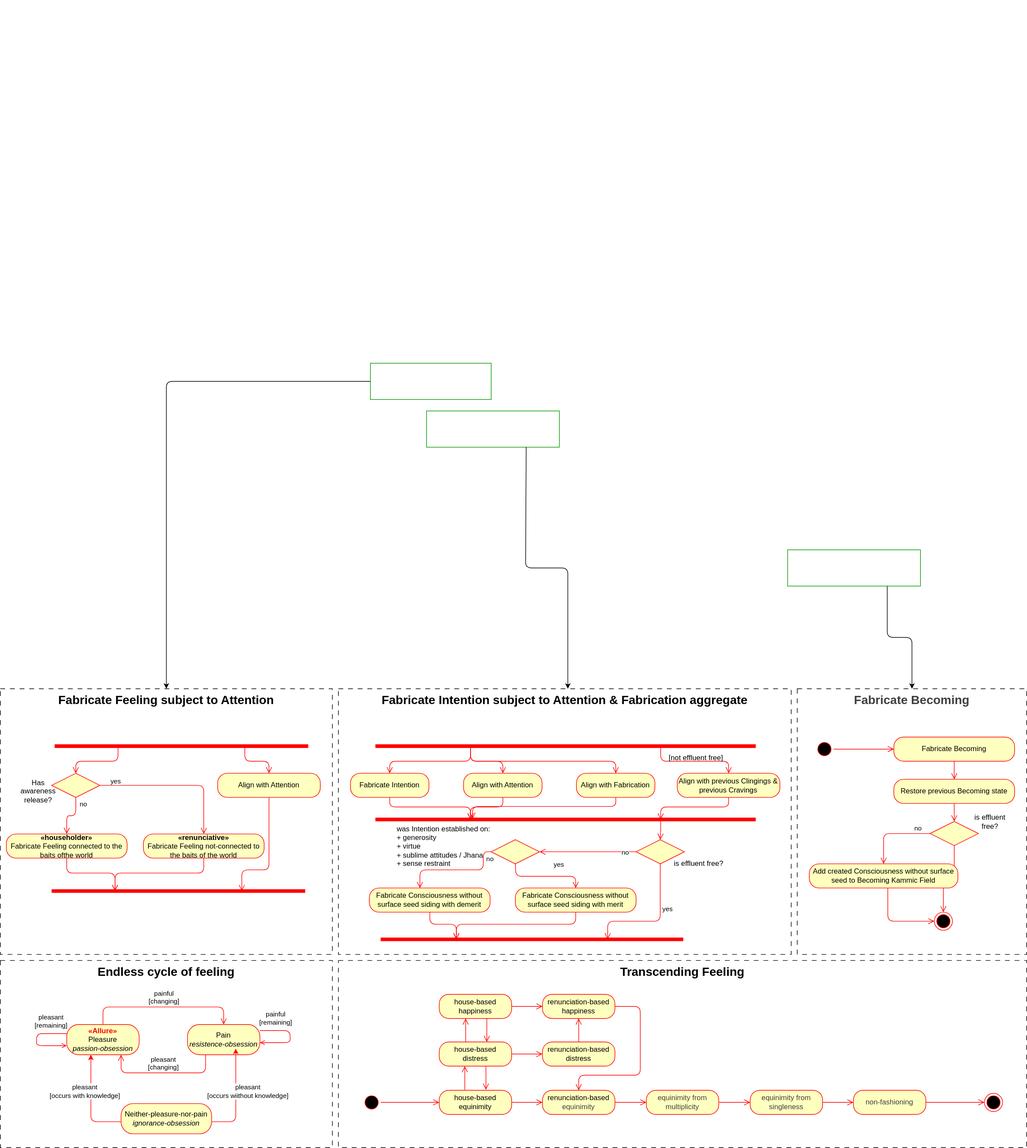
suttaplayer/dn34-PROGRESSING-BY-TENS keeps this draw.io diagram as threes/comprehend_feeling_process.drawio.svg. Above is the earlier version. Source tidied: cells renumbered, new cells last; positions are measured from the earlier drawing's top-left corner, leaving out a move shared by most shapes.
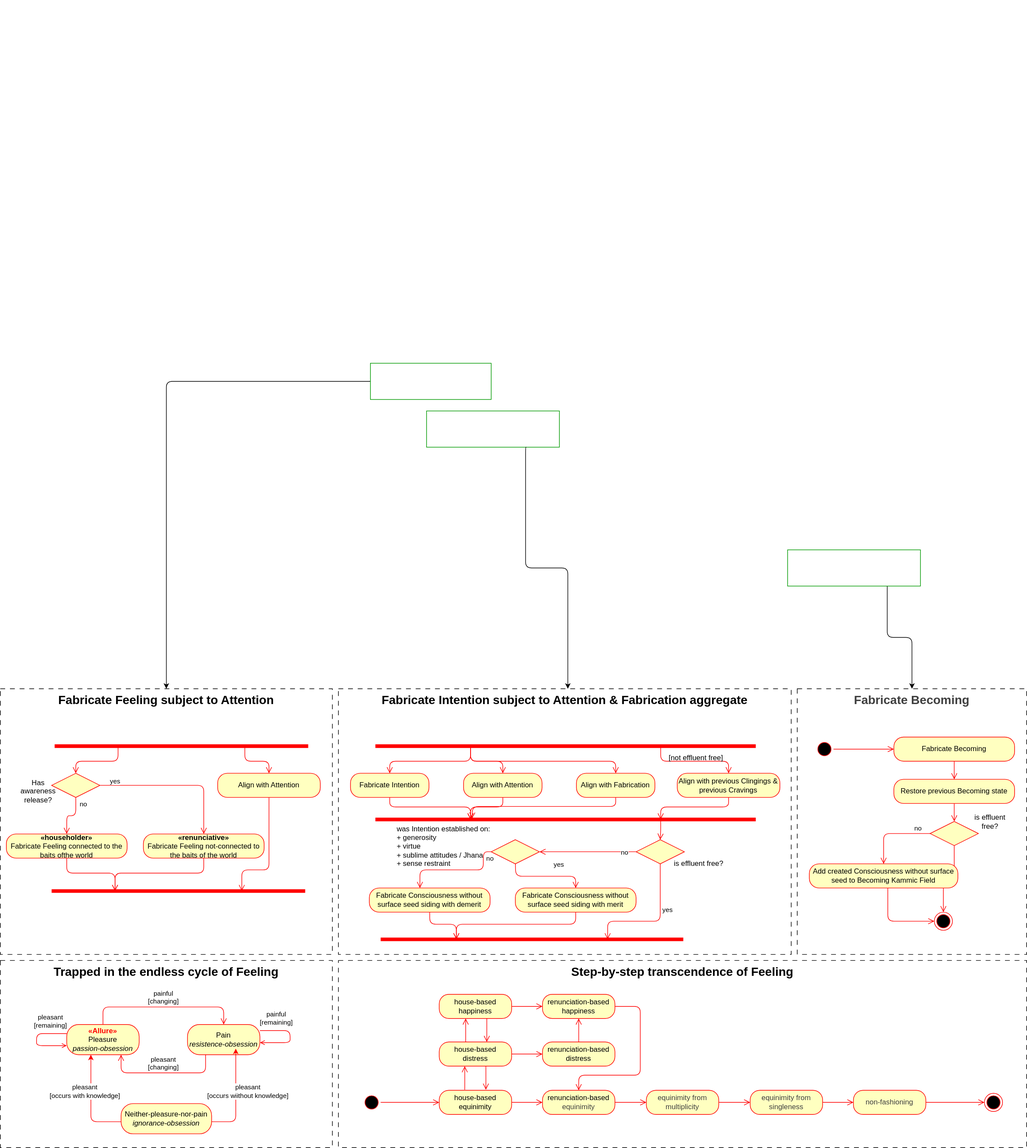
After the commit.

Commit message:
minor update to headers and colors

What changed in the source:
```diff
@@ -307,10 +307,10 @@
         </Array>
       </mxGeometry>
     </mxCell>
-    <mxCell id="81" value="&lt;span style=&quot;color: rgb(0, 0, 0); font-size: 20px; font-weight: 700;&quot;&gt;Endless cycle of feeling&lt;/span&gt;" style="rounded=0;whiteSpace=wrap;html=1;verticalAlign=top;fillColor=none;dashed=1;dashPattern=8 8;" parent="1" vertex="1">
+    <mxCell id="81" value="&lt;span style=&quot;color: rgb(0, 0, 0); font-size: 20px; font-weight: 700;&quot;&gt;Trapped in the endless cycle of Feeling&lt;/span&gt;" style="rounded=0;whiteSpace=wrap;html=1;verticalAlign=top;fillColor=none;dashed=1;dashPattern=8 8;" parent="1" vertex="1">
       <mxGeometry y="1590" width="550" height="310" as="geometry" />
     </mxCell>
-    <mxCell id="82" value="&lt;span style=&quot;color: rgb(0, 0, 0); font-size: 20px; font-weight: 700;&quot;&gt;Transcending Feeling&lt;/span&gt;" style="rounded=0;whiteSpace=wrap;html=1;verticalAlign=top;fillColor=none;dashed=1;dashPattern=8 8;" parent="1" vertex="1">
+    <mxCell id="82" value="&lt;span style=&quot;color: rgb(0, 0, 0); font-size: 20px; font-weight: 700;&quot;&gt;Step-by-step transcendence of Feeling&lt;/span&gt;" style="rounded=0;whiteSpace=wrap;html=1;verticalAlign=top;fillColor=none;dashed=1;dashPattern=8 8;" parent="1" vertex="1">
       <mxGeometry x="560" y="1590" width="1140" height="310" as="geometry" />
     </mxCell>
     <mxCell id="83" style="ellipse;html=1;shape=startState;fillColor=#000000;strokeColor=#ff0000;" parent="1" vertex="1">
```
